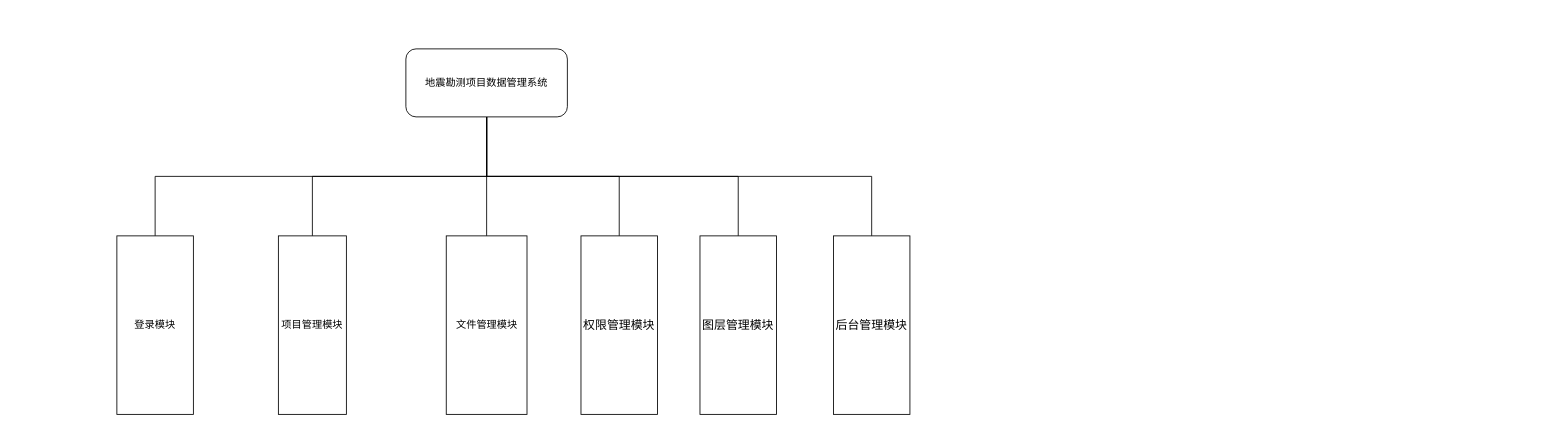
The draw.io diagram 系统功能模块图.drawio in shehuinidataoge/-, before the edit. Source tidied: cells renumbered, new cells numbered last; positions are measured from the earlier drawing's top-left corner, leaving out a move shared by most shapes. Both pictures are drawn from the tidied source at 85%, with x=0, y=0 at pixel (116, 48).
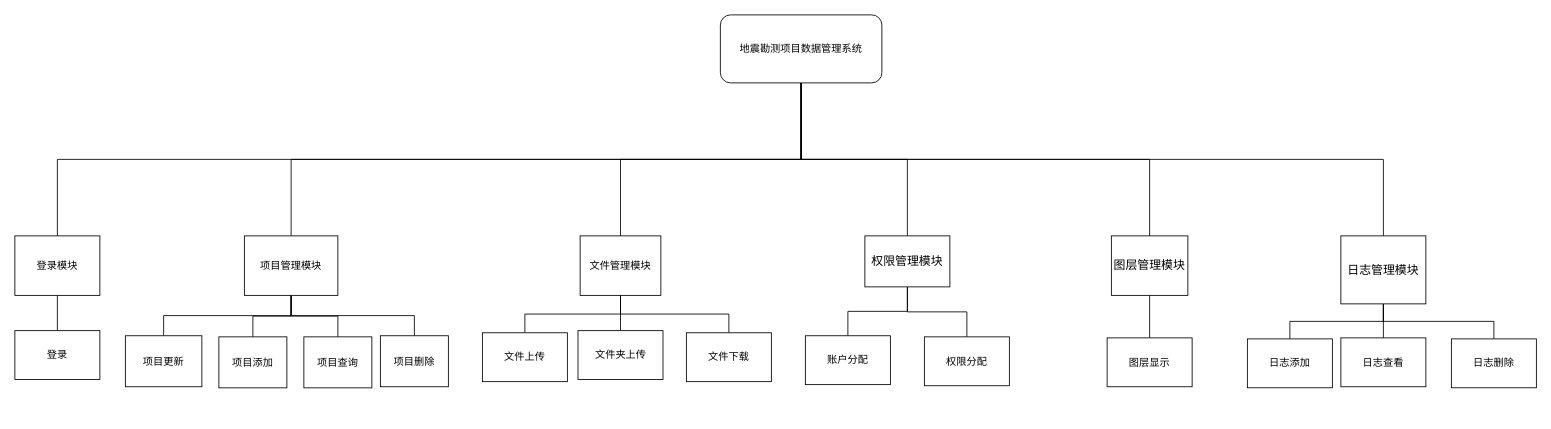
The same page after the edit.

Commit message:
Update 系统功能模块图.drawio

Diff of the diagram source:
```diff
@@
     <mxCell id="8" value="地震勘测项目数据管理系统" style="rounded=1;whiteSpace=wrap;html=1;" parent="1" vertex="1">
-      <mxGeometry x="340" width="190" height="80" as="geometry" />
+      <mxGeometry x="710" y="-40" width="190" height="80" as="geometry" />
     </mxCell>
+    <mxCell id="15" style="edgeStyle=orthogonalEdgeStyle;rounded=0;jettySize=auto;html=1;exitX=0.5;exitY=1;exitDx=0;exitDy=0;endArrow=none;endFill=0;" parent="1" edge="1" source="9" target="28">
+      <mxGeometry relative="1" as="geometry" />
+    </mxCell>
     <mxCell id="9" value="&lt;span&gt;登录模块&lt;/span&gt;" style="rounded=0;whiteSpace=wrap;html=1;" parent="1" vertex="1">
-      <mxGeometry y="220" width="90" height="210" as="geometry" />
+      <mxGeometry x="-120" y="220" width="100" height="70" as="geometry" />
     </mxCell>
+    <mxCell id="16" style="edgeStyle=orthogonalEdgeStyle;rounded=0;jettySize=auto;html=1;endArrow=none;endFill=0;" parent="1" edge="1" source="10" target="29">
+      <mxGeometry relative="1" as="geometry" />
+    </mxCell>
+    <mxCell id="17" style="edgeStyle=orthogonalEdgeStyle;rounded=0;jettySize=auto;html=1;exitX=0.5;exitY=1;exitDx=0;exitDy=0;endArrow=none;endFill=0;" parent="1" edge="1" source="10" target="31">
+      <mxGeometry relative="1" as="geometry" />
+    </mxCell>
+    <mxCell id="18" style="edgeStyle=orthogonalEdgeStyle;rounded=0;jettySize=auto;html=1;exitX=0.5;exitY=1;exitDx=0;exitDy=0;endArrow=none;endFill=0;" parent="1" edge="1" source="10" target="32">
+      <mxGeometry relative="1" as="geometry" />
+    </mxCell>
+    <mxCell id="19" style="edgeStyle=orthogonalEdgeStyle;rounded=0;jettySize=auto;html=1;endArrow=none;endFill=0;exitX=0.5;exitY=1;exitDx=0;exitDy=0;" parent="1" edge="1" source="10" target="30">
+      <mxGeometry relative="1" as="geometry" />
+    </mxCell>
     <mxCell id="10" value="项目管理模块" style="rounded=0;whiteSpace=wrap;html=1;" parent="1" vertex="1">
-      <mxGeometry x="190" y="220" width="80" height="210" as="geometry" />
+      <mxGeometry x="150" y="220" width="110" height="70" as="geometry" />
     </mxCell>
+    <mxCell id="20" style="edgeStyle=orthogonalEdgeStyle;rounded=0;jettySize=auto;html=1;exitX=0.5;exitY=1;exitDx=0;exitDy=0;endArrow=none;endFill=0;" parent="1" edge="1" source="11" target="33">
+      <mxGeometry relative="1" as="geometry" />
+    </mxCell>
+    <mxCell id="21" style="edgeStyle=orthogonalEdgeStyle;rounded=0;jettySize=auto;html=1;exitX=0.5;exitY=1;exitDx=0;exitDy=0;entryX=0.5;entryY=0;entryDx=0;entryDy=0;endArrow=none;endFill=0;" parent="1" edge="1" source="11" target="34">
+      <mxGeometry relative="1" as="geometry" />
+    </mxCell>
     <mxCell id="11" value="文件管理模块" style="rounded=0;whiteSpace=wrap;html=1;" parent="1" vertex="1">
-      <mxGeometry x="387.5" y="220" width="95" height="210" as="geometry" />
+      <mxGeometry x="545" y="220" width="95" height="70" as="geometry" />
     </mxCell>
+    <mxCell id="22" style="edgeStyle=orthogonalEdgeStyle;rounded=0;jettySize=auto;html=1;endArrow=none;endFill=0;" parent="1" edge="1" source="12" target="37">
+      <mxGeometry relative="1" as="geometry" />
+    </mxCell>
+    <mxCell id="23" style="edgeStyle=orthogonalEdgeStyle;rounded=0;jettySize=auto;html=1;exitX=0.5;exitY=1;exitDx=0;exitDy=0;entryX=0.5;entryY=0;entryDx=0;entryDy=0;endArrow=none;endFill=0;" parent="1" edge="1" source="12" target="38">
+      <mxGeometry relative="1" as="geometry" />
+    </mxCell>
     <mxCell id="12" value="&lt;span style=&quot;font-size: 14px&quot;&gt;权限管理模块&lt;/span&gt;" style="rounded=0;whiteSpace=wrap;html=1;" parent="1" vertex="1">
-      <mxGeometry x="546" y="220" width="90" height="210" as="geometry" />
+      <mxGeometry x="880" y="220" width="100" height="60" as="geometry" />
     </mxCell>
+    <mxCell id="24" style="edgeStyle=orthogonalEdgeStyle;rounded=0;jettySize=auto;html=1;endArrow=none;endFill=0;" parent="1" edge="1" source="13" target="39">
+      <mxGeometry relative="1" as="geometry" />
+    </mxCell>
     <mxCell id="13" value="&lt;span style=&quot;font-size: 14px&quot;&gt;图层管理模块&lt;/span&gt;" style="rounded=0;whiteSpace=wrap;html=1;" parent="1" vertex="1">
-      <mxGeometry x="686" y="220" width="90" height="210" as="geometry" />
+      <mxGeometry x="1170" y="220" width="90" height="70" as="geometry" />
     </mxCell>
+    <mxCell id="25" style="edgeStyle=orthogonalEdgeStyle;rounded=0;jettySize=auto;html=1;exitX=0.5;exitY=1;exitDx=0;exitDy=0;endArrow=none;endFill=0;" parent="1" edge="1" source="14" target="41">
+      <mxGeometry relative="1" as="geometry" />
+    </mxCell>
+    <mxCell id="26" style="edgeStyle=orthogonalEdgeStyle;rounded=0;jettySize=auto;html=1;exitX=0.5;exitY=1;exitDx=0;exitDy=0;endArrow=none;endFill=0;" parent="1" edge="1" source="14" target="42">
+      <mxGeometry relative="1" as="geometry" />
+    </mxCell>
+    <mxCell id="27" style="edgeStyle=orthogonalEdgeStyle;rounded=0;jettySize=auto;html=1;exitX=0.5;exitY=1;exitDx=0;exitDy=0;entryX=0.5;entryY=0;entryDx=0;entryDy=0;endArrow=none;endFill=0;" parent="1" edge="1" source="14" target="40">
+      <mxGeometry relative="1" as="geometry" />
+    </mxCell>
-    <mxCell id="14" value="&lt;span style=&quot;font-size: 14px&quot;&gt;后台管理模块&lt;/span&gt;" style="rounded=0;whiteSpace=wrap;html=1;" parent="1" vertex="1">
-      <mxGeometry x="843" y="220" width="90" height="210" as="geometry" />
+    <mxCell id="14" value="&lt;span style=&quot;font-size: 14px&quot;&gt;日志管理模块&lt;/span&gt;" style="rounded=0;whiteSpace=wrap;html=1;" parent="1" vertex="1">
+      <mxGeometry x="1440" y="220" width="100" height="80" as="geometry" />
     </mxCell>
+    <mxCell id="28" value="登录" style="rounded=0;whiteSpace=wrap;html=1;" parent="1" vertex="1">
+      <mxGeometry x="-120" y="331.5" width="100" height="57.5" as="geometry" />
+    </mxCell>
+    <mxCell id="29" value="项目添加" style="rounded=0;whiteSpace=wrap;html=1;" parent="1" vertex="1">
+      <mxGeometry x="120" y="338.8" width="80" height="60" as="geometry" />
+    </mxCell>
+    <mxCell id="30" value="项目删除" style="rounded=0;whiteSpace=wrap;html=1;" parent="1" vertex="1">
+      <mxGeometry x="310" y="337.5" width="80" height="60" as="geometry" />
+    </mxCell>
+    <mxCell id="31" value="项目查询" style="rounded=0;whiteSpace=wrap;html=1;" parent="1" vertex="1">
+      <mxGeometry x="220" y="338.8" width="80" height="60" as="geometry" />
+    </mxCell>
+    <mxCell id="32" value="项目更新" style="rounded=0;whiteSpace=wrap;html=1;" parent="1" vertex="1">
+      <mxGeometry x="10" y="337.5" width="90" height="60" as="geometry" />
+    </mxCell>
+    <mxCell id="33" value="文件上传" style="rounded=0;whiteSpace=wrap;html=1;" parent="1" vertex="1">
+      <mxGeometry x="430" y="334" width="100" height="57.5" as="geometry" />
+    </mxCell>
+    <mxCell id="34" value="文件下载" style="rounded=0;whiteSpace=wrap;html=1;" parent="1" vertex="1">
+      <mxGeometry x="670" y="334" width="100" height="57.5" as="geometry" />
+    </mxCell>
+    <mxCell id="35" style="edgeStyle=orthogonalEdgeStyle;rounded=0;jettySize=auto;html=1;endArrow=none;endFill=0;" parent="1" edge="1" source="36" target="11">
+      <mxGeometry relative="1" as="geometry" />
+    </mxCell>
+    <mxCell id="36" value="文件夹上传" style="rounded=0;whiteSpace=wrap;html=1;" parent="1" vertex="1">
+      <mxGeometry x="542.5" y="331.5" width="100" height="57.5" as="geometry" />
+    </mxCell>
+    <mxCell id="37" value="账户分配" style="rounded=0;whiteSpace=wrap;html=1;" parent="1" vertex="1">
+      <mxGeometry x="810" y="337.5" width="100" height="57.5" as="geometry" />
+    </mxCell>
+    <mxCell id="38" value="权限分配" style="rounded=0;whiteSpace=wrap;html=1;" parent="1" vertex="1">
+      <mxGeometry x="950" y="338.8" width="100" height="57.5" as="geometry" />
+    </mxCell>
+    <mxCell id="39" value="图层显示" style="rounded=0;whiteSpace=wrap;html=1;" parent="1" vertex="1">
+      <mxGeometry x="1165" y="340" width="100" height="57.5" as="geometry" />
+    </mxCell>
+    <mxCell id="40" value="日志添加" style="rounded=0;whiteSpace=wrap;html=1;" parent="1" vertex="1">
+      <mxGeometry x="1330" y="341.2" width="100" height="57.5" as="geometry" />
+    </mxCell>
+    <mxCell id="41" value="日志查看" style="rounded=0;whiteSpace=wrap;html=1;" parent="1" vertex="1">
+      <mxGeometry x="1440" y="340" width="100" height="57.5" as="geometry" />
+    </mxCell>
+    <mxCell id="42" value="日志删除" style="rounded=0;whiteSpace=wrap;html=1;" parent="1" vertex="1">
+      <mxGeometry x="1570" y="341.2" width="100" height="57.5" as="geometry" />
+    </mxCell>
```
